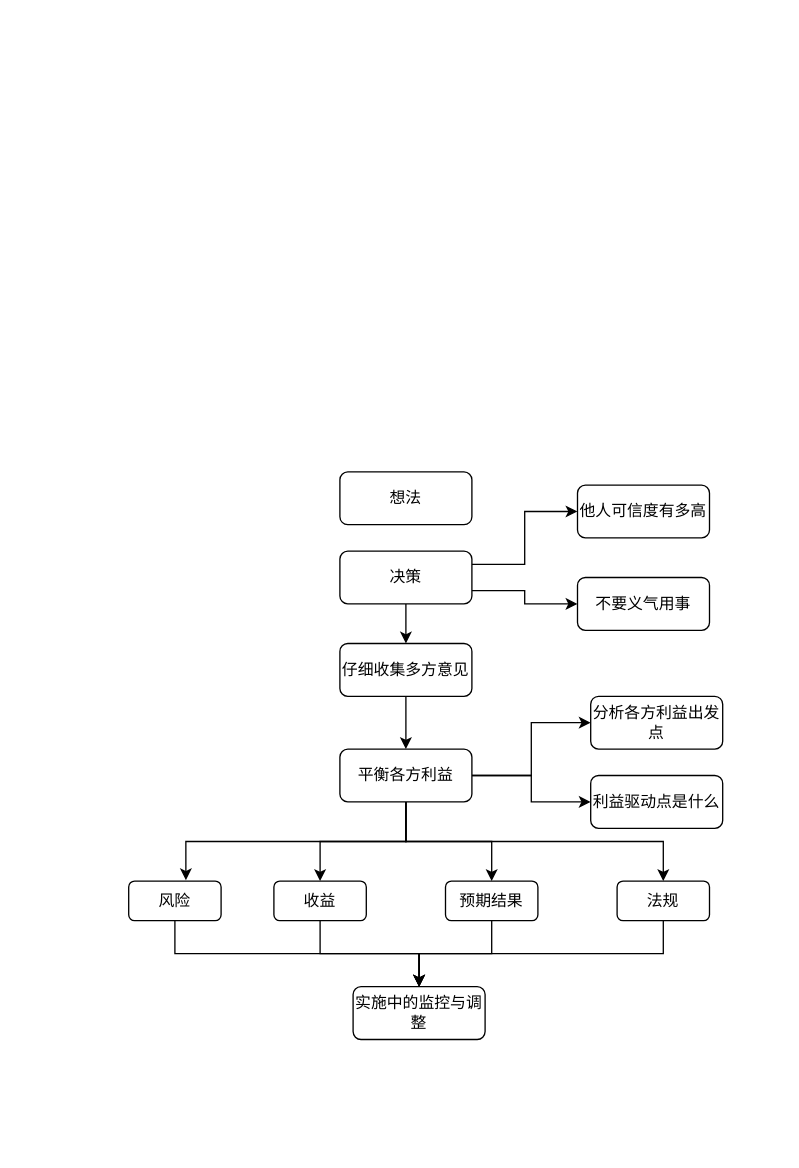
Before: Untitled Diagram.drawio in Chenguoqing2008/drawio, a draw.io diagram. Source tidied: cells renumbered, new cells numbered last; positions are measured from the earlier drawing's top-left corner, leaving out a move shared by most shapes. Both pictures are drawn from the tidied source at 132%, with x=0, y=0 at pixel (128, 471).
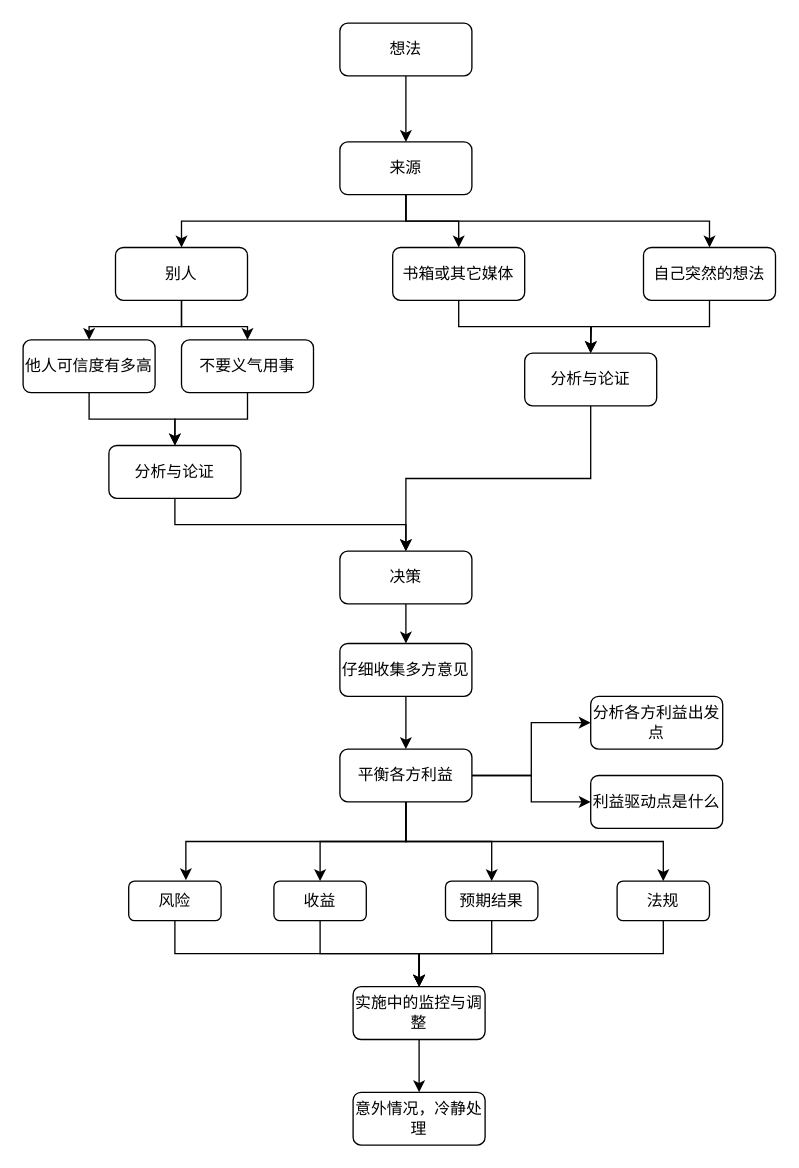
The same page after the edit.

The change refers to these unchanged cells:
```xml
<mxCell id="5" value="决策" style="rounded=1;whiteSpace=wrap;html=1;" parent="1" vertex="1">
  <mxGeometry x="160" y="60" width="100" height="40" as="geometry" />
</mxCell>
<mxCell id="24" value="实施中的监控与调整" style="rounded=1;whiteSpace=wrap;html=1;" parent="1" vertex="1">
  <mxGeometry x="170" y="390" width="100" height="40" as="geometry" />
</mxCell>
```

Diff of the diagram source:
```diff
@@
-    <mxCell id="2" style="edgeStyle=orthogonalEdgeStyle;rounded=0;jettySize=auto;html=1;exitX=1;exitY=0.25;exitDx=0;exitDy=0;entryX=0;entryY=0.5;entryDx=0;entryDy=0;" parent="1" edge="1" source="5" target="25">
-      <mxGeometry relative="1" as="geometry" />
-    </mxCell>
-    <mxCell id="3" style="edgeStyle=orthogonalEdgeStyle;rounded=0;jettySize=auto;html=1;exitX=1;exitY=0.75;exitDx=0;exitDy=0;entryX=0;entryY=0.5;entryDx=0;entryDy=0;" parent="1" edge="1" source="5" target="26">
-      <mxGeometry relative="1" as="geometry" />
-    </mxCell>
@@
+    <mxCell id="29" style="edgeStyle=orthogonalEdgeStyle;rounded=0;jettySize=auto;html=1;exitX=0.5;exitY=1;exitDx=0;exitDy=0;entryX=0.5;entryY=0;entryDx=0;entryDy=0;align=center;" parent="1" edge="1" source="24" target="48">
+      <mxGeometry relative="1" as="geometry" />
+    </mxCell>
@@
+    <mxCell id="27" value="利益驱动点是什么" style="rounded=1;whiteSpace=wrap;html=1;" parent="1" vertex="1">
+      <mxGeometry x="350" y="230" width="100" height="40" as="geometry" />
+    </mxCell>
+    <mxCell id="30" style="edgeStyle=orthogonalEdgeStyle;rounded=0;jettySize=auto;html=1;exitX=0.5;exitY=1;exitDx=0;exitDy=0;entryX=0.5;entryY=0;entryDx=0;entryDy=0;align=center;" parent="1" edge="1" source="28" target="34">
+      <mxGeometry relative="1" as="geometry" />
+    </mxCell>
+    <mxCell id="28" value="想法" style="rounded=1;whiteSpace=wrap;html=1;" parent="1" vertex="1">
+      <mxGeometry x="160" y="-340" width="100" height="40" as="geometry" />
+    </mxCell>
+    <mxCell id="31" style="edgeStyle=orthogonalEdgeStyle;rounded=0;jettySize=auto;html=1;exitX=0.5;exitY=1;exitDx=0;exitDy=0;entryX=0.5;entryY=0;entryDx=0;entryDy=0;align=center;" parent="1" edge="1" source="34" target="41">
+      <mxGeometry relative="1" as="geometry" />
+    </mxCell>
+    <mxCell id="32" style="edgeStyle=orthogonalEdgeStyle;rounded=0;jettySize=auto;html=1;exitX=0.5;exitY=1;exitDx=0;exitDy=0;entryX=0.5;entryY=0;entryDx=0;entryDy=0;align=center;" parent="1" edge="1" source="34" target="37">
+      <mxGeometry relative="1" as="geometry" />
+    </mxCell>
+    <mxCell id="33" style="edgeStyle=orthogonalEdgeStyle;rounded=0;jettySize=auto;html=1;exitX=0.5;exitY=1;exitDx=0;exitDy=0;align=center;" parent="1" edge="1" source="34" target="45">
+      <mxGeometry relative="1" as="geometry" />
+    </mxCell>
+    <mxCell id="34" value="来源" style="rounded=1;whiteSpace=wrap;html=1;" parent="1" vertex="1">
+      <mxGeometry x="160" y="-250" width="100" height="40" as="geometry" />
+    </mxCell>
+    <mxCell id="35" style="edgeStyle=orthogonalEdgeStyle;rounded=0;jettySize=auto;html=1;exitX=0.5;exitY=1;exitDx=0;exitDy=0;entryX=0.5;entryY=0;entryDx=0;entryDy=0;align=center;" parent="1" edge="1" source="37" target="26">
+      <mxGeometry relative="1" as="geometry" />
+    </mxCell>
+    <mxCell id="36" style="edgeStyle=orthogonalEdgeStyle;rounded=0;jettySize=auto;html=1;exitX=0.5;exitY=1;exitDx=0;exitDy=0;entryX=0.5;entryY=0;entryDx=0;entryDy=0;align=center;" parent="1" edge="1" source="37" target="25">
+      <mxGeometry relative="1" as="geometry" />
+    </mxCell>
+    <mxCell id="37" value="别人" style="rounded=1;whiteSpace=wrap;html=1;" parent="1" vertex="1">
+      <mxGeometry x="-10" y="-170" width="100" height="40" as="geometry" />
+    </mxCell>
+    <mxCell id="38" style="edgeStyle=orthogonalEdgeStyle;rounded=0;jettySize=auto;html=1;exitX=0.5;exitY=1;exitDx=0;exitDy=0;entryX=0.5;entryY=0;entryDx=0;entryDy=0;align=center;" parent="1" edge="1" source="25" target="47">
+      <mxGeometry relative="1" as="geometry" />
+    </mxCell>
     <mxCell id="25" value="他人可信度有多高" style="rounded=1;whiteSpace=wrap;html=1;" parent="1" vertex="1">
-      <mxGeometry x="340" y="10" width="100" height="40" as="geometry" />
+      <mxGeometry x="-80" y="-100" width="100" height="40" as="geometry" />
     </mxCell>
+    <mxCell id="39" style="edgeStyle=orthogonalEdgeStyle;rounded=0;jettySize=auto;html=1;exitX=0.5;exitY=1;exitDx=0;exitDy=0;entryX=0.5;entryY=0;entryDx=0;entryDy=0;align=center;" parent="1" edge="1" source="26" target="47">
+      <mxGeometry relative="1" as="geometry" />
+    </mxCell>
     <mxCell id="26" value="不要义气用事" style="rounded=1;whiteSpace=wrap;html=1;" parent="1" vertex="1">
-      <mxGeometry x="340" y="80" width="100" height="40" as="geometry" />
+      <mxGeometry x="40" y="-100" width="100" height="40" as="geometry" />
     </mxCell>
-    <mxCell id="27" value="利益驱动点是什么" style="rounded=1;whiteSpace=wrap;html=1;" parent="1" vertex="1">
-      <mxGeometry x="350" y="230" width="100" height="40" as="geometry" />
-    </mxCell>
-    <mxCell id="28" value="想法" style="rounded=1;whiteSpace=wrap;html=1;" parent="1" vertex="1">
-      <mxGeometry x="160" width="100" height="40" as="geometry" />
-    </mxCell>
+    <mxCell id="40" style="edgeStyle=orthogonalEdgeStyle;rounded=0;jettySize=auto;html=1;exitX=0.5;exitY=1;exitDx=0;exitDy=0;align=center;" parent="1" edge="1" source="41">
+      <mxGeometry relative="1" as="geometry">
+        <mxPoint x="350" y="-90" as="targetPoint" />
+      </mxGeometry>
+    </mxCell>
+    <mxCell id="41" value="书箱或其它媒体" style="rounded=1;whiteSpace=wrap;html=1;" parent="1" vertex="1">
+      <mxGeometry x="200" y="-170" width="100" height="40" as="geometry" />
+    </mxCell>
+    <mxCell id="42" style="edgeStyle=orthogonalEdgeStyle;rounded=0;jettySize=auto;html=1;exitX=0.5;exitY=1;exitDx=0;exitDy=0;entryX=0.5;entryY=0;entryDx=0;entryDy=0;align=center;" parent="1" edge="1" source="43" target="5">
+      <mxGeometry relative="1" as="geometry" />
+    </mxCell>
+    <mxCell id="43" value="分析与论证" style="rounded=1;whiteSpace=wrap;html=1;" parent="1" vertex="1">
+      <mxGeometry x="300" y="-90" width="100" height="40" as="geometry" />
+    </mxCell>
+    <mxCell id="44" style="edgeStyle=orthogonalEdgeStyle;rounded=0;jettySize=auto;html=1;exitX=0.5;exitY=1;exitDx=0;exitDy=0;entryX=0.5;entryY=0;entryDx=0;entryDy=0;align=center;" parent="1" edge="1" source="45" target="43">
+      <mxGeometry relative="1" as="geometry" />
+    </mxCell>
+    <mxCell id="45" value="自己突然的想法" style="rounded=1;whiteSpace=wrap;html=1;" parent="1" vertex="1">
+      <mxGeometry x="390" y="-170" width="100" height="40" as="geometry" />
+    </mxCell>
+    <mxCell id="46" style="edgeStyle=orthogonalEdgeStyle;rounded=0;jettySize=auto;html=1;exitX=0.5;exitY=1;exitDx=0;exitDy=0;entryX=0.5;entryY=0;entryDx=0;entryDy=0;align=center;" parent="1" edge="1" source="47" target="5">
+      <mxGeometry relative="1" as="geometry" />
+    </mxCell>
+    <mxCell id="47" value="分析与论证" style="rounded=1;whiteSpace=wrap;html=1;" parent="1" vertex="1">
+      <mxGeometry x="-15" y="-20" width="100" height="40" as="geometry" />
+    </mxCell>
+    <mxCell id="48" value="意外情况，冷静处理" style="rounded=1;whiteSpace=wrap;html=1;" parent="1" vertex="1">
+      <mxGeometry x="170" y="470" width="100" height="40" as="geometry" />
+    </mxCell>
```
